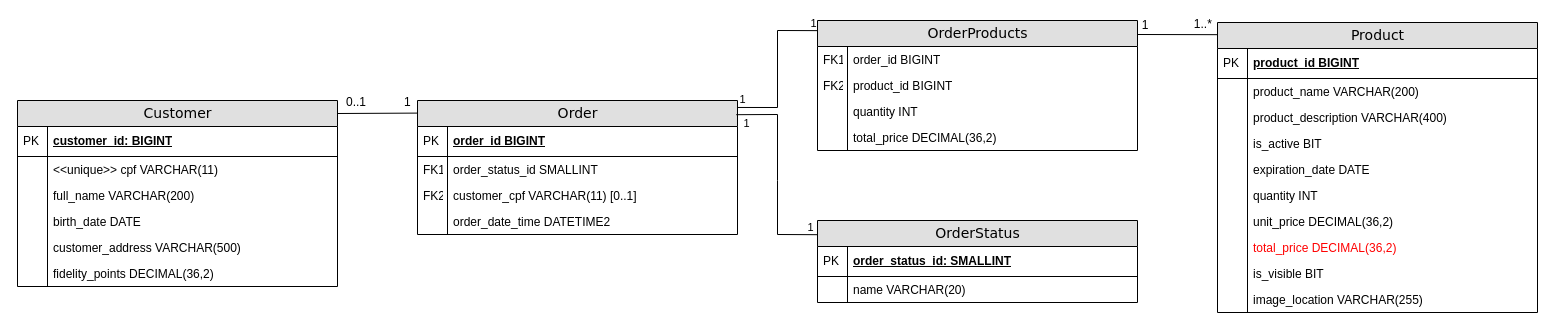
Above: Projeto_Final/TropPizza/documentation/diagrams/sql_diagram.drawio in lauterjung/troptech (draw.io), before the change. Source tidied: cells renumbered, new cells numbered last; positions are measured from the earlier drawing's top-left corner, leaving out a move shared by most shapes. Both pictures are drawn from the tidied source at 100%, with x=0, y=0 at pixel (17, 20).
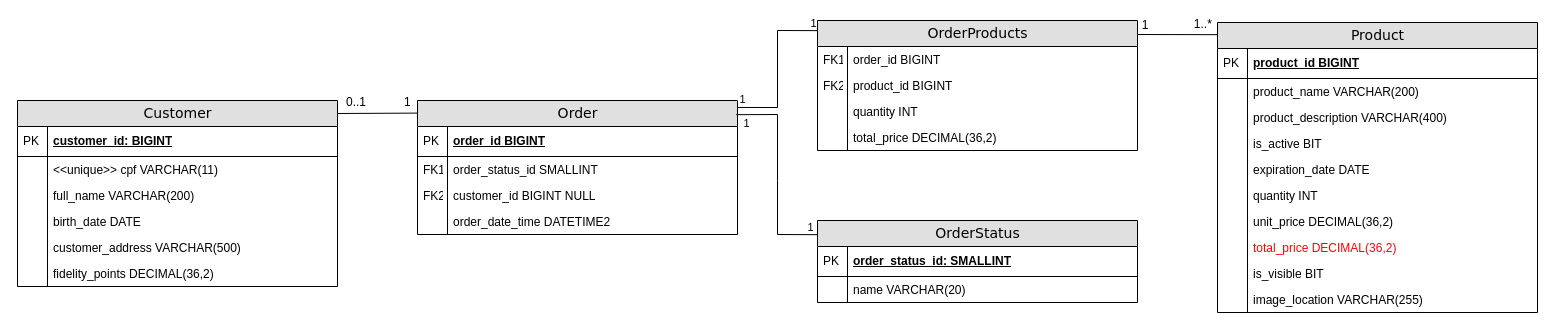
The same diagram, later.

Unchanged cells that the change refers to:
```xml
<mxCell id="36" value="Order" style="swimlane;html=1;fontStyle=0;horizontal=1;startSize=26;fillColor=#e0e0e0;swimlaneFillColor=#ffffff;align=center;rounded=0;shadow=0;comic=0;labelBackgroundColor=none;strokeWidth=1;fontFamily=Verdana;fontSize=14;" parent="1" vertex="1">
  <mxGeometry x="400" y="80" width="320" height="134" as="geometry" />
</mxCell>
```

Change to the diagram source:
```diff
@@
-    <mxCell id="41" value="customer_cpf VARCHAR(11) [0..1]" style="shape=partialRectangle;top=0;left=0;right=0;bottom=0;html=1;align=left;verticalAlign=top;fillColor=none;spacingLeft=34;spacingRight=4;whiteSpace=wrap;overflow=hidden;" parent="36" vertex="1">
+    <mxCell id="41" value="customer_id BIGINT NULL" style="shape=partialRectangle;top=0;left=0;right=0;bottom=0;html=1;align=left;verticalAlign=top;fillColor=none;spacingLeft=34;spacingRight=4;whiteSpace=wrap;overflow=hidden;" parent="36" vertex="1">
       <mxGeometry y="82" width="320" height="26" as="geometry" />
     </mxCell>
```
